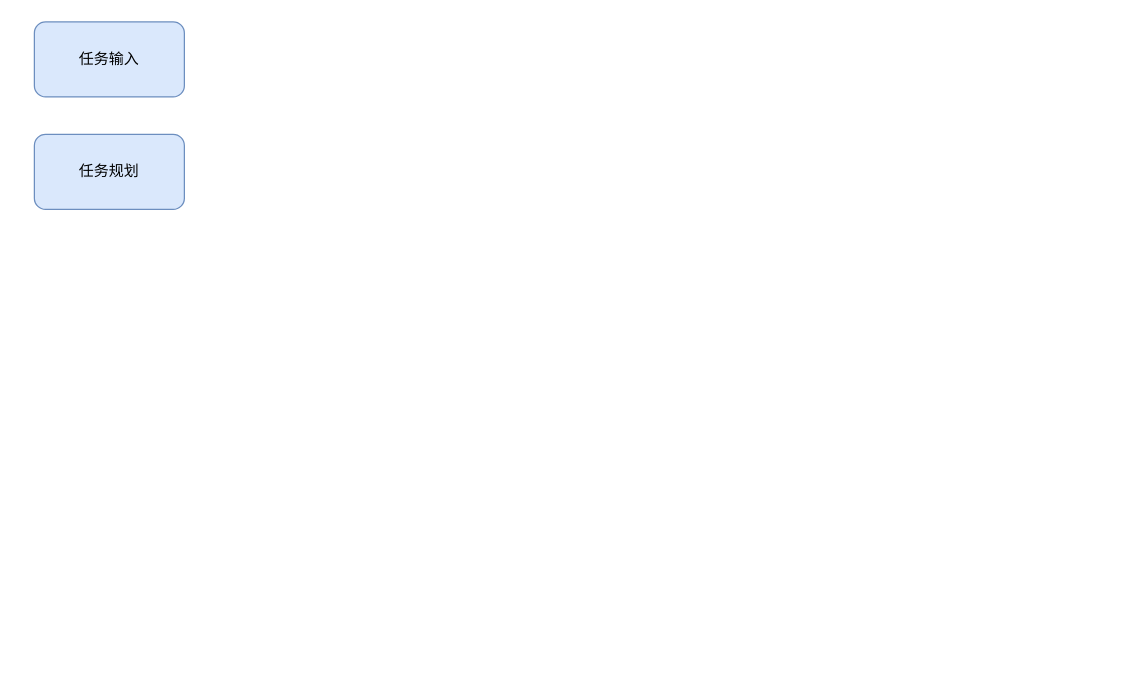
This is 批量中心.drawio from effyroth/drawio2, a draw.io file, before an edit. Source tidied: cells renumbered, new cells numbered last; positions are measured from the earlier drawing's top-left corner, leaving out a move shared by most shapes. Both pictures are drawn from the tidied source at 125%, with x=0, y=0 at pixel (34, 21).
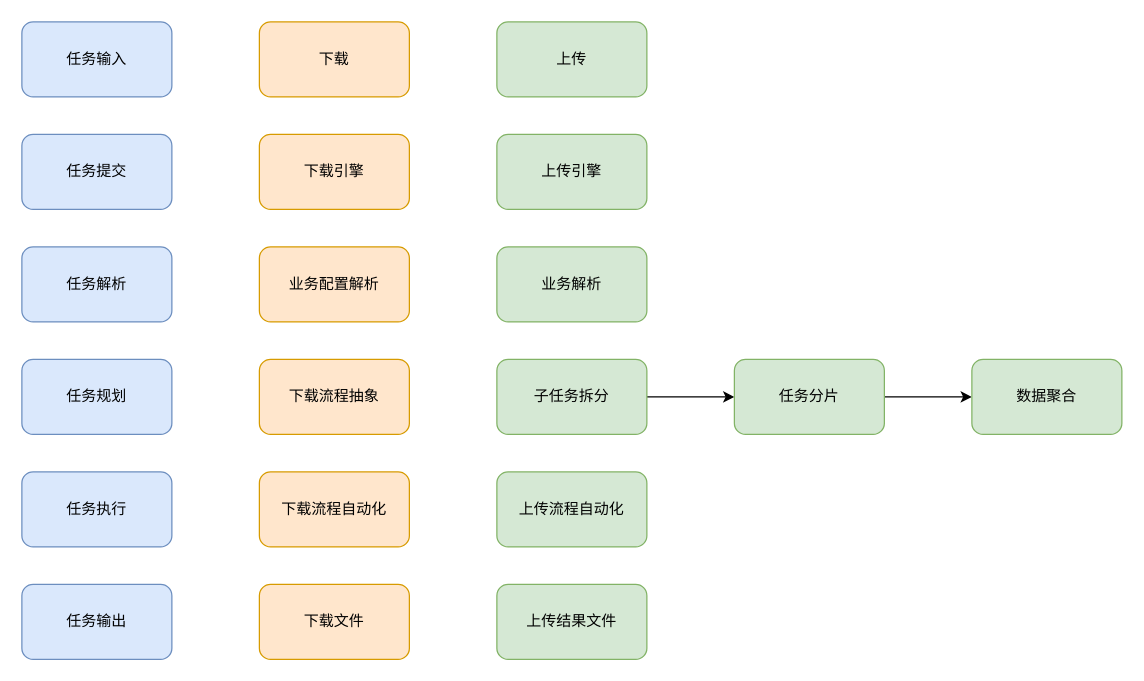
The same diagram, later.

Diff of the diagram source:
```diff
@@
     <mxCell id="2" value="任务输入" style="rounded=1;whiteSpace=wrap;html=1;fillColor=#dae8fc;strokeColor=#6c8ebf;" parent="1" vertex="1">
-      <mxGeometry width="120" height="60" as="geometry" />
+      <mxGeometry x="-10" width="120" height="60" as="geometry" />
     </mxCell>
     <mxCell id="3" value="任务规划" style="rounded=1;whiteSpace=wrap;html=1;fillColor=#dae8fc;strokeColor=#6c8ebf;" parent="1" vertex="1">
-      <mxGeometry y="90" width="120" height="60" as="geometry" />
+      <mxGeometry x="-10" y="270" width="120" height="60" as="geometry" />
     </mxCell>
+    <mxCell id="4" value="下载" style="rounded=1;whiteSpace=wrap;html=1;fillColor=#ffe6cc;strokeColor=#d79b00;" parent="1" vertex="1">
+      <mxGeometry x="180" width="120" height="60" as="geometry" />
+    </mxCell>
+    <mxCell id="5" value="上传" style="rounded=1;whiteSpace=wrap;html=1;fillColor=#d5e8d4;strokeColor=#82b366;" parent="1" vertex="1">
+      <mxGeometry x="370" width="120" height="60" as="geometry" />
+    </mxCell>
+    <mxCell id="6" value="任务提交" style="rounded=1;whiteSpace=wrap;html=1;fillColor=#dae8fc;strokeColor=#6c8ebf;" parent="1" vertex="1">
+      <mxGeometry x="-10" y="90" width="120" height="60" as="geometry" />
+    </mxCell>
+    <mxCell id="7" value="下载引擎" style="rounded=1;whiteSpace=wrap;html=1;fillColor=#ffe6cc;strokeColor=#d79b00;" parent="1" vertex="1">
+      <mxGeometry x="180" y="90" width="120" height="60" as="geometry" />
+    </mxCell>
+    <mxCell id="8" value="上传引擎" style="rounded=1;whiteSpace=wrap;html=1;fillColor=#d5e8d4;strokeColor=#82b366;" parent="1" vertex="1">
+      <mxGeometry x="370" y="90" width="120" height="60" as="geometry" />
+    </mxCell>
+    <mxCell id="9" value="业务配置解析" style="rounded=1;whiteSpace=wrap;html=1;fillColor=#ffe6cc;strokeColor=#d79b00;" parent="1" vertex="1">
+      <mxGeometry x="180" y="180" width="120" height="60" as="geometry" />
+    </mxCell>
+    <mxCell id="10" style="edgeStyle=orthogonalEdgeStyle;rounded=0;jettySize=auto;html=1;entryX=0;entryY=0.5;entryDx=0;entryDy=0;" parent="1" edge="1" source="11" target="13">
+      <mxGeometry relative="1" as="geometry" />
+    </mxCell>
+    <mxCell id="11" value="子任务拆分" style="rounded=1;whiteSpace=wrap;html=1;fillColor=#d5e8d4;strokeColor=#82b366;" parent="1" vertex="1">
+      <mxGeometry x="370" y="270" width="120" height="60" as="geometry" />
+    </mxCell>
+    <mxCell id="12" style="edgeStyle=orthogonalEdgeStyle;rounded=0;jettySize=auto;html=1;entryX=0;entryY=0.5;entryDx=0;entryDy=0;" parent="1" edge="1" source="13" target="17">
+      <mxGeometry relative="1" as="geometry" />
+    </mxCell>
+    <mxCell id="13" value="任务分片" style="rounded=1;whiteSpace=wrap;html=1;fillColor=#d5e8d4;strokeColor=#82b366;" parent="1" vertex="1">
+      <mxGeometry x="560" y="270" width="120" height="60" as="geometry" />
+    </mxCell>
+    <mxCell id="14" value="任务解析" style="rounded=1;whiteSpace=wrap;html=1;fillColor=#dae8fc;strokeColor=#6c8ebf;" parent="1" vertex="1">
+      <mxGeometry x="-10" y="180" width="120" height="60" as="geometry" />
+    </mxCell>
+    <mxCell id="15" value="业务解析" style="rounded=1;whiteSpace=wrap;html=1;fillColor=#d5e8d4;strokeColor=#82b366;" parent="1" vertex="1">
+      <mxGeometry x="370" y="180" width="120" height="60" as="geometry" />
+    </mxCell>
+    <mxCell id="16" value="下载流程抽象" style="rounded=1;whiteSpace=wrap;html=1;fillColor=#ffe6cc;strokeColor=#d79b00;" parent="1" vertex="1">
+      <mxGeometry x="180" y="270" width="120" height="60" as="geometry" />
+    </mxCell>
+    <mxCell id="17" value="数据聚合" style="rounded=1;whiteSpace=wrap;html=1;fillColor=#d5e8d4;strokeColor=#82b366;" parent="1" vertex="1">
+      <mxGeometry x="750" y="270" width="120" height="60" as="geometry" />
+    </mxCell>
+    <mxCell id="18" value="任务输出" style="rounded=1;whiteSpace=wrap;html=1;fillColor=#dae8fc;strokeColor=#6c8ebf;" parent="1" vertex="1">
+      <mxGeometry x="-10" y="450" width="120" height="60" as="geometry" />
+    </mxCell>
+    <mxCell id="19" value="&lt;span style=&quot;font-weight: normal&quot;&gt;下载文件&lt;/span&gt;" style="rounded=1;whiteSpace=wrap;html=1;fillColor=#ffe6cc;strokeColor=#d79b00;fontStyle=1;" parent="1" vertex="1">
+      <mxGeometry x="180" y="450" width="120" height="60" as="geometry" />
+    </mxCell>
+    <mxCell id="20" value="&lt;span style=&quot;font-weight: normal&quot;&gt;上传结果文件&lt;/span&gt;" style="rounded=1;whiteSpace=wrap;html=1;fillColor=#d5e8d4;strokeColor=#82b366;fontStyle=1;" parent="1" vertex="1">
+      <mxGeometry x="370" y="450" width="120" height="60" as="geometry" />
+    </mxCell>
+    <mxCell id="21" value="任务执行" style="rounded=1;whiteSpace=wrap;html=1;fillColor=#dae8fc;strokeColor=#6c8ebf;" parent="1" vertex="1">
+      <mxGeometry x="-10" y="360" width="120" height="60" as="geometry" />
+    </mxCell>
+    <mxCell id="22" value="&lt;span style=&quot;font-weight: normal&quot;&gt;下载流程自动化&lt;/span&gt;" style="rounded=1;whiteSpace=wrap;html=1;fillColor=#ffe6cc;strokeColor=#d79b00;fontStyle=1;" parent="1" vertex="1">
+      <mxGeometry x="180" y="360" width="120" height="60" as="geometry" />
+    </mxCell>
+    <mxCell id="23" value="&lt;span style=&quot;font-weight: normal&quot;&gt;上传流程自动化&lt;/span&gt;" style="rounded=1;whiteSpace=wrap;html=1;fillColor=#d5e8d4;strokeColor=#82b366;fontStyle=1;" parent="1" vertex="1">
+      <mxGeometry x="370" y="360" width="120" height="60" as="geometry" />
+    </mxCell>
```
